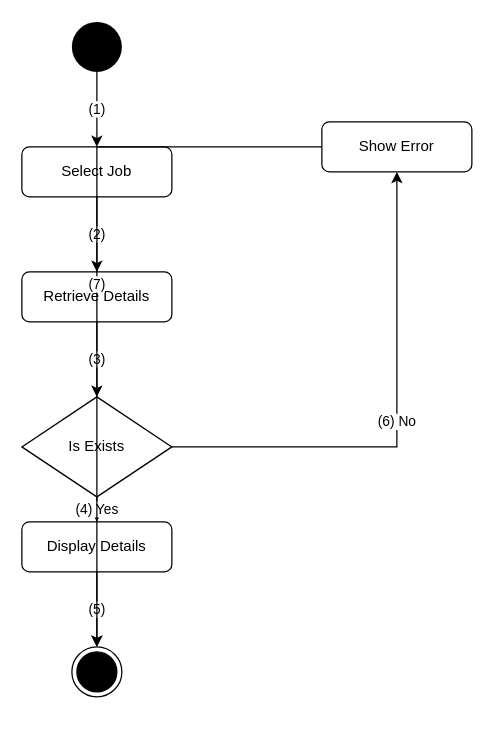
Earlier version of the draw.io diagram activity_flow/uc53_activity_flow.drawio (kingDlight/UEIMS_Project). Source tidied: cells renumbered, new cells numbered last; positions are measured from the earlier drawing's top-left corner, leaving out a move shared by most shapes. Both pictures are drawn from the tidied source at 125%, with x=0, y=0 at pixel (21, 21).
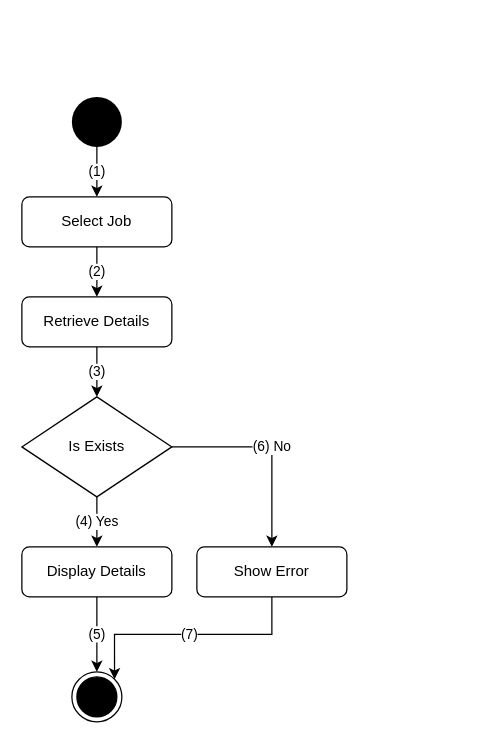
Above is the later version.

The edit, as a diff of the source:
```diff
@@
 <mxGraphModel>
   <root>
     <mxCell id="0" />
     <mxCell id="1" parent="0" />
     <mxCell id="2" style="ellipse;whiteSpace=wrap;html=1;fillColor=#000000;strokeColor=none;" parent="1" vertex="1">
-      <mxGeometry x="40" width="40" height="40" as="geometry" />
+      <mxGeometry x="40" y="60" width="40" height="40" as="geometry" />
     </mxCell>
     <mxCell id="3" value="Select Job" style="rounded=1;whiteSpace=wrap;html=1;" parent="1" vertex="1">
-      <mxGeometry y="100" width="120" height="40" as="geometry" />
+      <mxGeometry y="140" width="120" height="40" as="geometry" />
     </mxCell>
     <mxCell id="4" value="Retrieve Details" style="rounded=1;whiteSpace=wrap;html=1;" parent="1" vertex="1">
-      <mxGeometry y="200" width="120" height="40" as="geometry" />
+      <mxGeometry y="220" width="120" height="40" as="geometry" />
     </mxCell>
     <mxCell id="5" value="Is Exists" style="rhombus;whiteSpace=wrap;html=1;" parent="1" vertex="1">
       <mxGeometry y="300" width="120" height="80" as="geometry" />
     </mxCell>
     <mxCell id="6" value="Display Details" style="rounded=1;whiteSpace=wrap;html=1;" parent="1" vertex="1">
-      <mxGeometry y="400" width="120" height="40" as="geometry" />
+      <mxGeometry y="420" width="120" height="40" as="geometry" />
     </mxCell>
     <mxCell id="7" style="ellipse;html=1;shape=endState;fillColor=#000000;strokeColor=#000000;" parent="1" vertex="1">
-      <mxGeometry x="40" y="500" width="40" height="40" as="geometry" />
+      <mxGeometry x="40" y="520" width="40" height="40" as="geometry" />
     </mxCell>
     <mxCell id="8" value="Show Error" style="rounded=1;whiteSpace=wrap;html=1;" parent="1" vertex="1">
-      <mxGeometry x="240" y="80" width="120" height="40" as="geometry" />
+      <mxGeometry x="140" y="420" width="120" height="40" as="geometry" />
     </mxCell>
     <mxCell id="9" value="(1)" style="edgeStyle=orthogonalEdgeStyle;rounded=0;html=1;exitX=0.5;exitY=1;entryX=0.5;entryY=0;" parent="1" edge="1" source="2" target="3">
       <mxGeometry relative="1" as="geometry" />
     </mxCell>
     <mxCell id="10" value="(2)" style="edgeStyle=orthogonalEdgeStyle;rounded=0;html=1;exitX=0.5;exitY=1;entryX=0.5;entryY=0;" parent="1" edge="1" source="3" target="4">
       <mxGeometry relative="1" as="geometry" />
     </mxCell>
     <mxCell id="11" value="(3)" style="edgeStyle=orthogonalEdgeStyle;rounded=0;html=1;exitX=0.5;exitY=1;entryX=0.5;entryY=0;" parent="1" edge="1" source="4" target="5">
       <mxGeometry relative="1" as="geometry" />
     </mxCell>
     <mxCell id="12" value="(4) Yes" style="edgeStyle=orthogonalEdgeStyle;rounded=0;html=1;exitX=0.5;exitY=1;entryX=0.5;entryY=0;" parent="1" edge="1" source="5" target="6">
       <mxGeometry relative="1" as="geometry" />
     </mxCell>
     <mxCell id="13" value="(5)" style="edgeStyle=orthogonalEdgeStyle;rounded=0;html=1;exitX=0.5;exitY=1;entryX=0.5;entryY=0;" parent="1" edge="1" source="6" target="7">
       <mxGeometry relative="1" as="geometry" />
     </mxCell>
-    <mxCell id="14" value="(6) No" style="edgeStyle=orthogonalEdgeStyle;rounded=0;html=1;exitX=1;exitY=0.5;entryX=0.5;entryY=1;" parent="1" edge="1" source="5" target="8">
+    <mxCell id="14" value="(6) No" style="edgeStyle=orthogonalEdgeStyle;rounded=0;html=1;exitX=1;exitY=0.5;entryX=0.5;entryY=0;entryDx=0;entryDy=0;" parent="1" edge="1" source="5" target="8">
       <mxGeometry relative="1" as="geometry" />
     </mxCell>
-    <mxCell id="15" value="(7)" style="edgeStyle=orthogonalEdgeStyle;rounded=0;html=1;exitX=0;exitY=0.5;entryX=0.5;entryY=0;" parent="1" edge="1" source="8" target="7">
+    <mxCell id="15" value="(7)" style="edgeStyle=orthogonalEdgeStyle;rounded=0;html=1;exitX=0.5;exitY=1;entryX=1;entryY=0;exitDx=0;exitDy=0;entryDx=0;entryDy=0;" parent="1" edge="1" source="8" target="7">
       <mxGeometry relative="1" as="geometry" />
     </mxCell>
   </root>
 </mxGraphModel>
```
